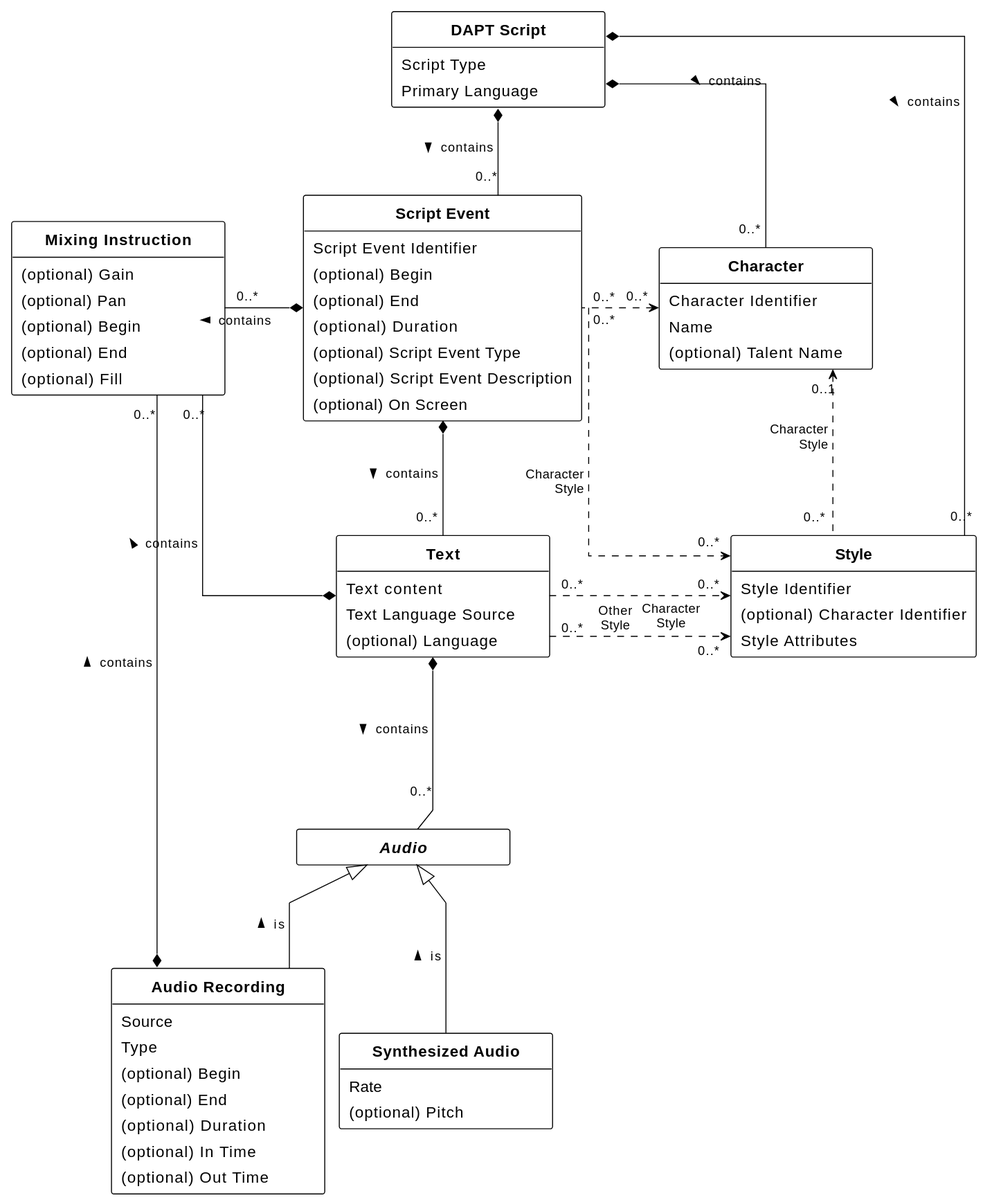
This is figures/class-diagram.svg from w3c/dapt, a PlantUML export, as it was before one commit.
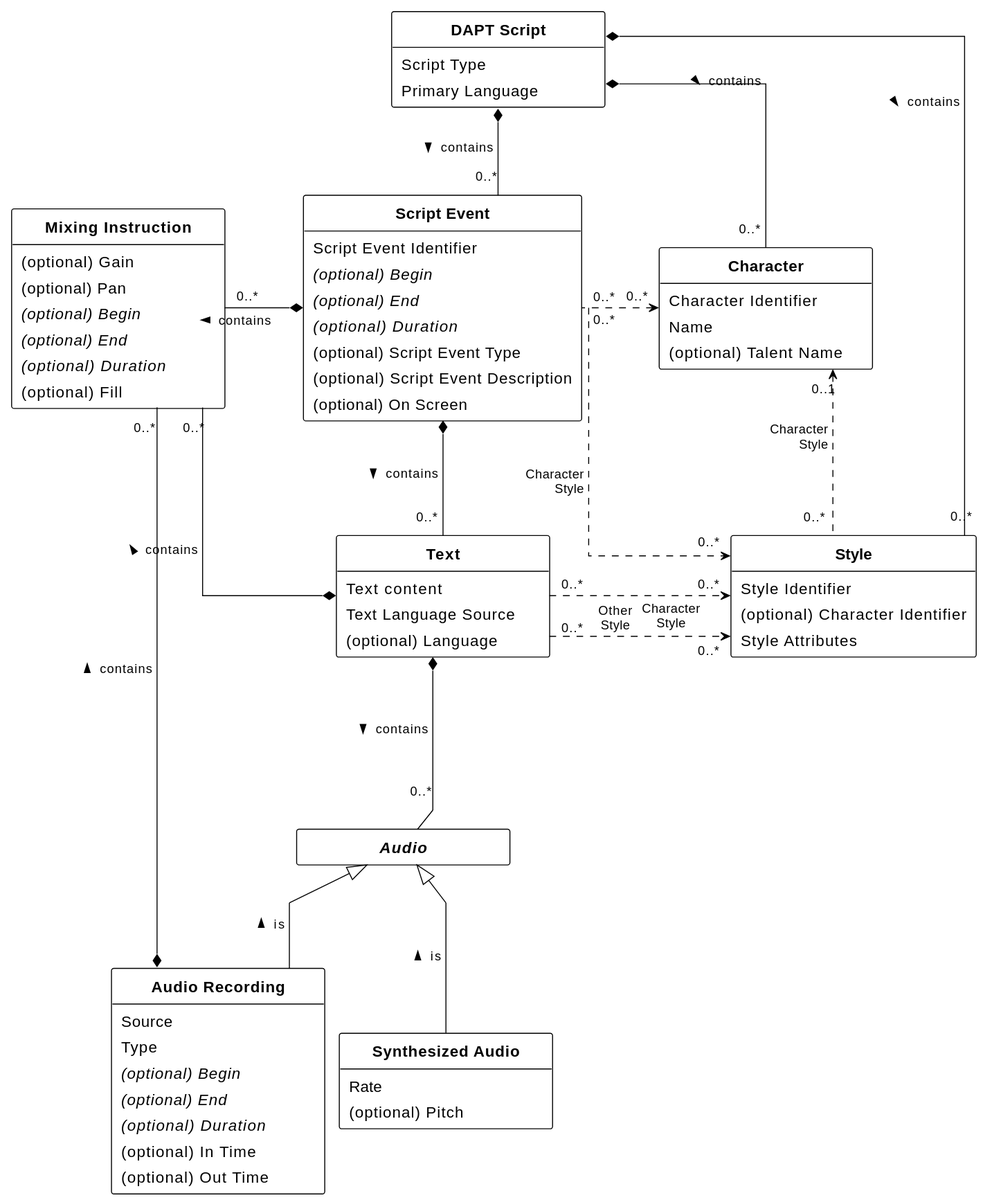
After the commit.

Commit message:
Show shared properties in italics

What changed in the source:
```diff
@@ -20,9 +20,9 @@
 
     Class ScriptEvent as "**Script Event**" [[#script-event]] {
         Script Event Identifier [[[#dfn-script-event-identifier]]]
-        {field} (optional) Begin [[[#dfn-begin]]]
-        {field} (optional) End [[[#dfn-end]]]
-        {field} (optional) Duration [[[#dfn-duration]]]
+        {field} {abstract} (optional) Begin [[[#dfn-begin]]]
+        {field} {abstract} (optional) End [[[#dfn-end]]]
+        {field} {abstract} (optional) Duration [[[#dfn-duration]]]
         {field} (optional) Script Event Type [[[#dfn-script-event-type]]]
         {field} (optional) Script Event Description [[[#dfn-script-event-description]]]
         {field} (optional) On Screen [[[#on-screen]]]
@@ -59,9 +59,9 @@
     Class AudioRecording as "**Audio Recording**" [[#dfn-audio-recording]] {
         Source [[[#dfn-source]]]
         Type [[[#dfn-type]]]
-        {field} (optional) Begin [[[#dfn-begin]]]
-        {field} (optional) End [[[#dfn-end]]]
-        {field} (optional) Duration [[[#dfn-duration]]]
+        {field} {abstract} (optional) Begin [[[#dfn-begin]]]
+        {field} {abstract} (optional) End [[[#dfn-end]]]
+        {field} {abstract} (optional) Duration [[[#dfn-duration]]]
         {field} (optional) In Time [[[#dfn-in-time]]]
         {field} (optional) Out Time [[[#dfn-out-time]]]
     }
@@ -71,8 +71,9 @@
 class MixingInstruction as "**Mixing Instruction**" [[#dfn-mixing-instruction]] {
     {field} (optional) Gain [[[#dfn-gain]]]
     {field} (optional) Pan [[[#dfn-pan]]]
-    {field} (optional) Begin [[[#dfn-begin]]]
-    {field} (optional) End [[[#dfn-end]]]
+    {field} {abstract} (optional) Begin [[[#dfn-begin]]]
+    {field} {abstract} (optional) End [[[#dfn-end]]]
+    {field} {abstract} (optional) Duration [[[#dfn-duration]]]
     {field} (optional) Fill [[[#dfn-fill]]]
 }
 
```
